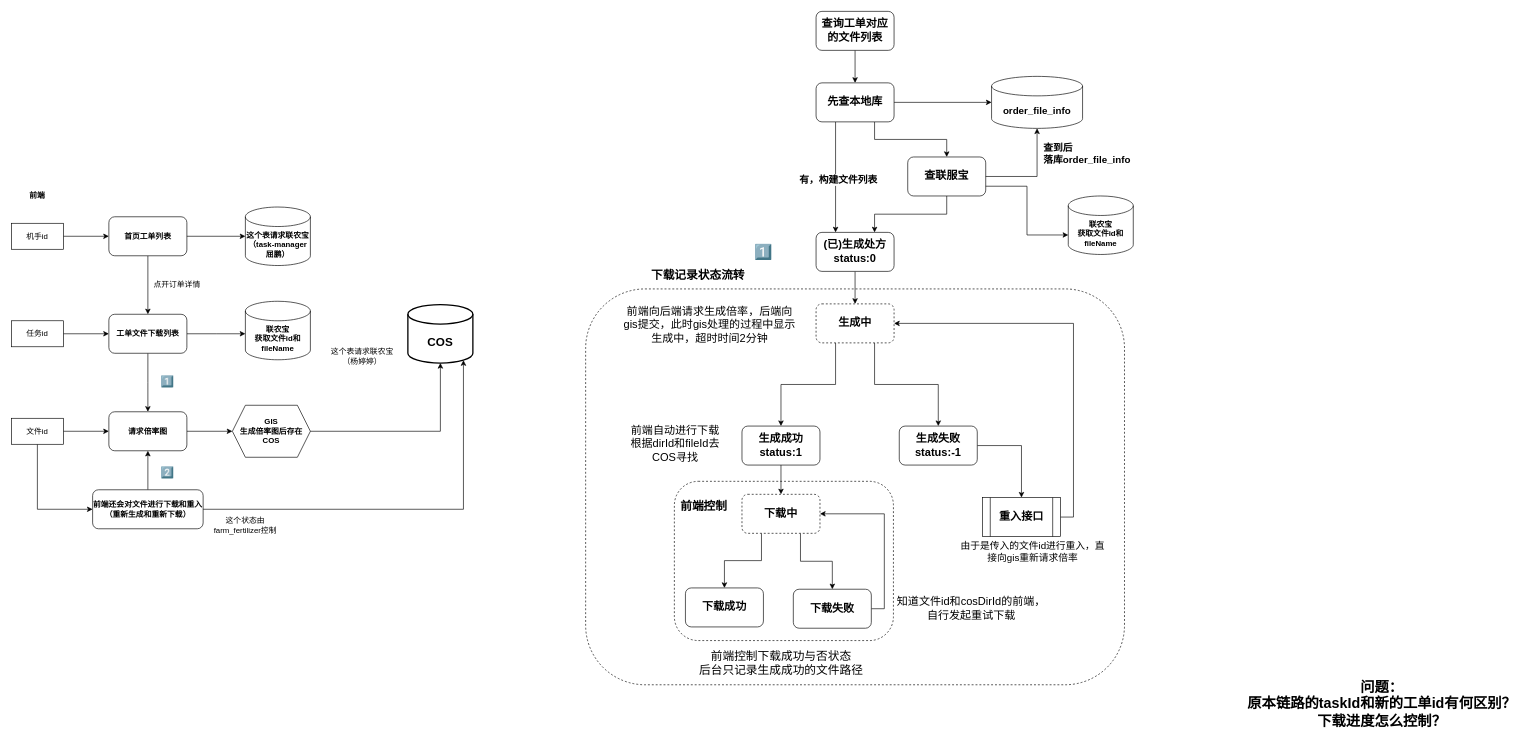
Earlier version of the draw.io diagram DJ_fertilizer.drawio (RK-JD/DrawIO). Source tidied: cells renumbered, new cells numbered last; positions are measured from the earlier drawing's top-left corner, leaving out a move shared by most shapes. Both pictures are drawn from the tidied source at 65%, with x=0, y=0 at pixel (11, 11).
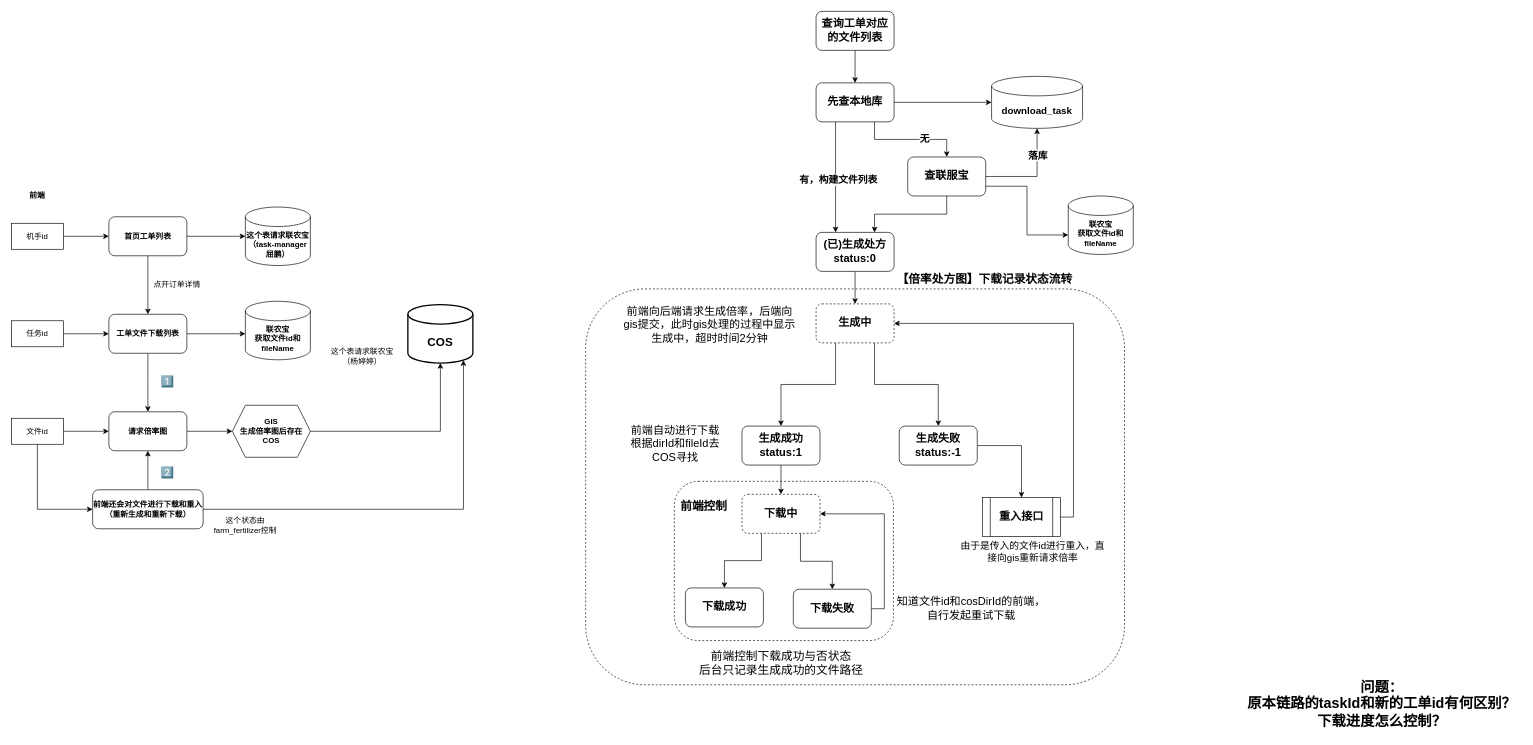
Above is the later version.

What changed in the source:
```diff
@@
-    <mxCell id="33" value="&lt;font style=&quot;font-size: 23px;&quot;&gt;1️⃣&lt;/font&gt;" style="text;html=1;align=center;verticalAlign=middle;whiteSpace=wrap;rounded=0;" parent="1" vertex="1">
-      <mxGeometry x="1127" y="355" width="60" height="30" as="geometry" />
-    </mxCell>
@@
-    <mxCell id="36" value="&lt;b&gt;&lt;font style=&quot;font-size: 18px;&quot;&gt;下载记录状态流转&lt;/font&gt;&lt;/b&gt;" style="text;html=1;align=center;verticalAlign=middle;whiteSpace=wrap;rounded=0;" parent="1" vertex="1">
-      <mxGeometry x="903" y="391" width="307" height="30" as="geometry" />
+    <mxCell id="36" value="&lt;b&gt;&lt;font style=&quot;font-size: 18px;&quot;&gt;【倍率处方图】下载记录状态流转&lt;/font&gt;&lt;/b&gt;" style="text;html=1;align=center;verticalAlign=middle;whiteSpace=wrap;rounded=0;" parent="1" vertex="1">
+      <mxGeometry x="1344" y="397" width="307" height="30" as="geometry" />
     </mxCell>
@@
-    <mxCell id="61" value="&lt;b&gt;&lt;font style=&quot;font-size: 15px;&quot;&gt;order_file_info&lt;/font&gt;&lt;/b&gt;" style="shape=cylinder3;whiteSpace=wrap;html=1;boundedLbl=1;backgroundOutline=1;size=15;" parent="1" vertex="1">
+    <mxCell id="61" value="&lt;b&gt;&lt;font style=&quot;font-size: 15px;&quot;&gt;download_task&lt;/font&gt;&lt;/b&gt;" style="shape=cylinder3;whiteSpace=wrap;html=1;boundedLbl=1;backgroundOutline=1;size=15;" parent="1" vertex="1">
       <mxGeometry x="1508" y="100" width="140" height="80" as="geometry" />
     </mxCell>
@@
-    <mxCell id="70" value="&lt;span style=&quot;forced-color-adjust: none; color: rgb(0, 0, 0); font-family: Helvetica; font-style: normal; font-variant-ligatures: normal; font-variant-caps: normal; letter-spacing: normal; orphans: 2; text-align: center; text-indent: 0px; text-transform: none; widows: 2; word-spacing: 0px; -webkit-text-stroke-width: 0px; white-space: nowrap; text-decoration-thickness: initial; text-decoration-style: initial; text-decoration-color: initial; font-size: 15px; font-weight: 700;&quot;&gt;查到后&lt;/span&gt;&lt;div style=&quot;forced-color-adjust: none; color: rgb(0, 0, 0); font-family: Helvetica; font-style: normal; font-variant-ligatures: normal; font-variant-caps: normal; letter-spacing: normal; orphans: 2; text-align: center; text-indent: 0px; text-transform: none; widows: 2; word-spacing: 0px; -webkit-text-stroke-width: 0px; white-space: nowrap; text-decoration-thickness: initial; text-decoration-style: initial; text-decoration-color: initial; font-size: 15px; font-weight: 700;&quot;&gt;落库order_file_info&lt;/div&gt;" style="text;whiteSpace=wrap;html=1;" parent="1" vertex="1">
-      <mxGeometry x="1586" y="195" width="162" height="58" as="geometry" />
-    </mxCell>
@@
+    <mxCell id="73" value="&lt;span style=&quot;font-size: 15px; font-weight: 700;&quot;&gt;无&lt;/span&gt;" style="edgeLabel;html=1;align=center;verticalAlign=middle;" parent="1" vertex="1">
+      <mxGeometry x="1404" y="195" as="geometry" />
+    </mxCell>
+    <mxCell id="74" value="&lt;span style=&quot;font-size: 15px; font-weight: 700;&quot;&gt;落库&lt;/span&gt;" style="edgeLabel;html=1;align=center;verticalAlign=middle;" parent="1" vertex="1">
+      <mxGeometry x="1578" y="220" as="geometry" />
+    </mxCell>
```
